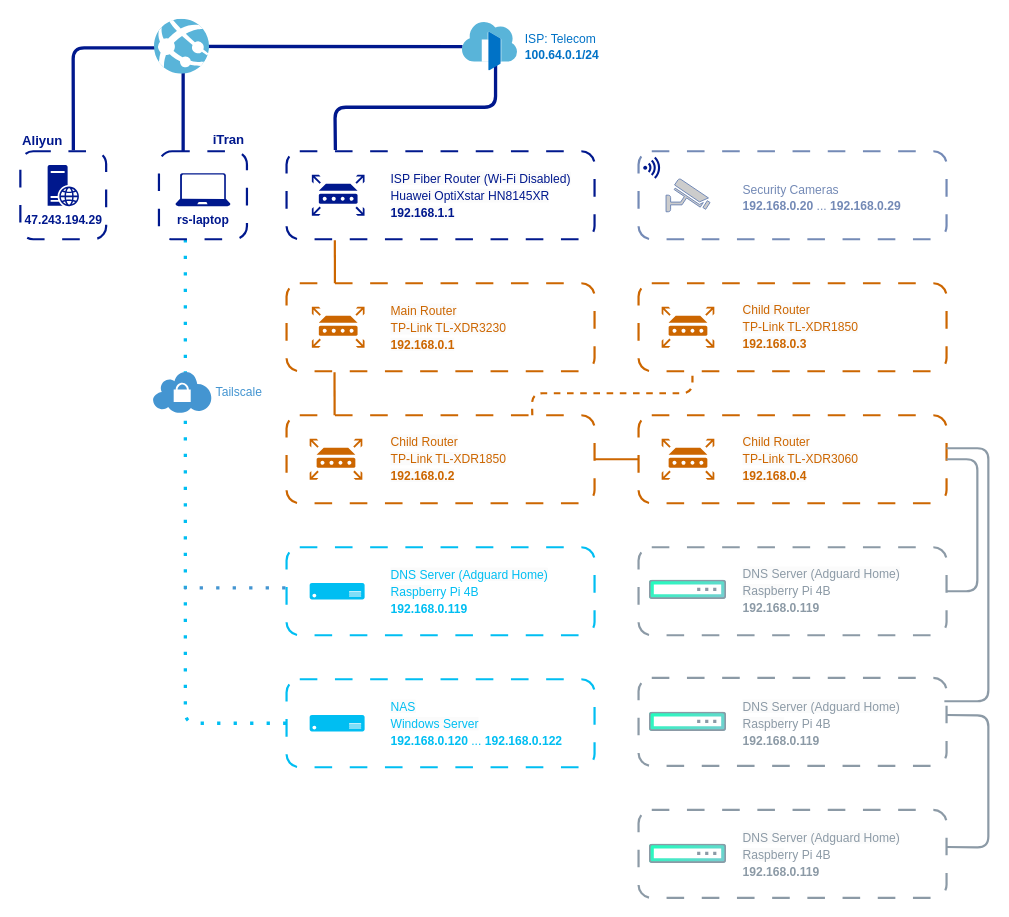
Before: home.drawio in lzcapp/Network-Diagram, a draw.io diagram. Source tidied: cells renumbered, new cells numbered last; positions are measured from the earlier drawing's top-left corner, leaving out a move shared by most shapes. Both pictures are drawn from the tidied source at 110%, with x=0, y=0 at pixel (20, 19).
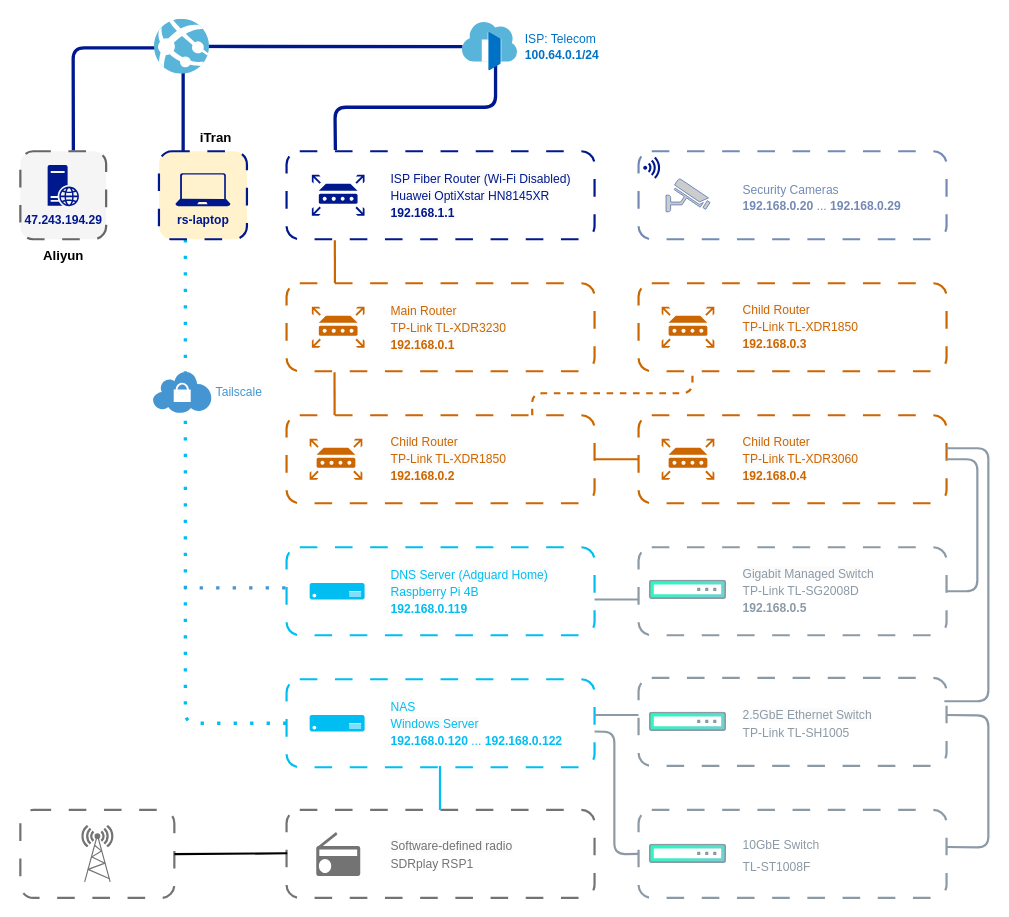
The same diagram, later.

The change refers to these unchanged cells:
```xml
<mxCell id="53" style="rounded=1;whiteSpace=wrap;html=1;fontSize=16;fillColor=none;strokeWidth=2;dashed=1;perimeterSpacing=0;strokeColor=#8c9aa6;dashPattern=8 8;" parent="1" vertex="1">
  <mxGeometry x="562" y="718.8" width="280" height="80" as="geometry" />
</mxCell>
```

Diff of the diagram source:
```diff
@@
-<mxGraphModel background="#ffffff">
+<mxGraphModel background="#FFFFFF">
@@
+    <mxCell id="61" style="rounded=1;whiteSpace=wrap;html=1;fontSize=16;fillColor=none;strokeWidth=2;dashed=1;perimeterSpacing=0;strokeColor=#737373;dashPattern=8 8;" parent="1" vertex="1">
+      <mxGeometry y="718.8" width="140" height="80" as="geometry" />
+    </mxCell>
+    <mxCell id="62" style="rounded=1;whiteSpace=wrap;html=1;fontSize=16;fillColor=none;strokeWidth=2;dashed=1;perimeterSpacing=0;strokeColor=#737373;dashPattern=8 8;" parent="1" vertex="1">
+      <mxGeometry x="242" y="718.8" width="280" height="80" as="geometry" />
+    </mxCell>
-    <mxCell id="2" style="rounded=1;whiteSpace=wrap;html=1;dashed=1;strokeWidth=2;fillColor=none;strokeColor=#00188d;fontColor=#00188d;dashPattern=8 8;" parent="1" vertex="1">
+    <mxCell id="2" style="rounded=1;whiteSpace=wrap;html=1;dashed=1;strokeWidth=2;fillColor=#f5f5f5;strokeColor=#666666;fontColor=#333333;dashPattern=8 8;" parent="1" vertex="1">
       <mxGeometry y="120" width="78" height="80" as="geometry" />
     </mxCell>
@@
-    <mxCell id="13" style="rounded=1;whiteSpace=wrap;html=1;dashed=1;strokeWidth=2;fillColor=none;strokeColor=#00188d;fontColor=#00188d;dashPattern=8 8;" parent="1" vertex="1">
+    <mxCell id="13" style="rounded=1;whiteSpace=wrap;html=1;dashed=1;strokeWidth=2;fillColor=#fff2cc;strokeColor=#00188d;dashPattern=8 8;" parent="1" vertex="1">
       <mxGeometry x="126" y="120" width="80" height="80" as="geometry" />
     </mxCell>
@@
-    <mxCell id="15" value="&lt;font style=&quot;font-size: 12px;&quot;&gt;iTran&lt;/font&gt;" style="rounded=1;whiteSpace=wrap;html=1;fontSize=12;strokeColor=none;fillColor=none;fontColor=#00188d;align=right;fontStyle=1;" parent="1" vertex="1">
-      <mxGeometry x="166" y="100" width="40" height="20" as="geometry" />
+    <mxCell id="15" value="iTran" style="rounded=1;whiteSpace=wrap;html=1;strokeColor=none;fillColor=none;align=center;fontStyle=1;" parent="1" vertex="1">
+      <mxGeometry x="150" y="96" width="56" height="24" as="geometry" />
     </mxCell>
@@
-    <mxCell id="54" value="&lt;p style=&quot;line-height: 90%;&quot;&gt;&lt;span style=&quot;orphans: 2; text-align: left; text-indent: 0px; widows: 2; background-color: rgb(251, 251, 251); text-decoration-thickness: initial; text-decoration-style: initial; text-decoration-color: initial; float: none; display: inline !important; -webkit-text-stroke-width: 0px; word-spacing: 0px; text-transform: none; letter-spacing: normal; font-variant-caps: normal; font-variant-ligatures: normal; font-style: normal; font-size: 11px; font-family: Helvetica;&quot;&gt;DNS Server (Adguard Home)&lt;br&gt;&lt;span style=&quot;font-family: Helvetica; font-size: 11px; font-style: normal; font-variant-ligatures: normal; font-variant-caps: normal; letter-spacing: normal; text-transform: none; word-spacing: 0px; -webkit-text-stroke-width: 0px;&quot;&gt;Raspbe&lt;/span&gt;&lt;/span&gt;&lt;span style=&quot;font-size: 11px;&quot;&gt;rry Pi 4B&lt;br&gt;&lt;/span&gt;&lt;b style=&quot;background-color: initial; font-size: 11px;&quot;&gt;192.168.0.119&lt;/b&gt;&lt;/p&gt;" style="text;whiteSpace=wrap;html=1;fontSize=16;fontColor=#8c9aa6;verticalAlign=middle;fillColor=none;" parent="1" vertex="1">
+    <mxCell id="54" value="&lt;p style=&quot;line-height: 90%;&quot;&gt;&lt;span style=&quot;orphans: 2; text-align: left; text-indent: 0px; widows: 2; background-color: rgb(251, 251, 251); text-decoration-thickness: initial; text-decoration-style: initial; text-decoration-color: initial; float: none; display: inline !important; -webkit-text-stroke-width: 0px; word-spacing: 0px; text-transform: none; letter-spacing: normal; font-variant-caps: normal; font-variant-ligatures: normal; font-style: normal; font-size: 11px; font-family: Helvetica;&quot;&gt;Gigabit Managed Switch&lt;br&gt;&lt;/span&gt;&lt;font style=&quot;font-size: 11px;&quot;&gt;TP-Link TL-SG2008D&lt;br&gt;&lt;b&gt;192.168.0.5&lt;/b&gt;&lt;/font&gt;&lt;/p&gt;" style="text;whiteSpace=wrap;html=1;fontSize=16;fontColor=#8c9aa6;verticalAlign=middle;fillColor=none;" parent="1" vertex="1">
       <mxGeometry x="655" y="498.8" width="170" height="40" as="geometry" />
     </mxCell>
-    <mxCell id="55" value="&lt;p style=&quot;line-height: 90%;&quot;&gt;&lt;span style=&quot;orphans: 2; text-align: left; text-indent: 0px; widows: 2; background-color: rgb(251, 251, 251); text-decoration-thickness: initial; text-decoration-style: initial; text-decoration-color: initial; float: none; display: inline !important; -webkit-text-stroke-width: 0px; word-spacing: 0px; text-transform: none; letter-spacing: normal; font-variant-caps: normal; font-variant-ligatures: normal; font-style: normal; font-size: 11px; font-family: Helvetica;&quot;&gt;DNS Server (Adguard Home)&lt;br&gt;&lt;span style=&quot;font-family: Helvetica; font-size: 11px; font-style: normal; font-variant-ligatures: normal; font-variant-caps: normal; letter-spacing: normal; text-transform: none; word-spacing: 0px; -webkit-text-stroke-width: 0px;&quot;&gt;Raspbe&lt;/span&gt;&lt;/span&gt;&lt;span style=&quot;font-size: 11px;&quot;&gt;rry Pi 4B&lt;br&gt;&lt;/span&gt;&lt;b style=&quot;background-color: initial; font-size: 11px;&quot;&gt;192.168.0.119&lt;/b&gt;&lt;/p&gt;" style="text;whiteSpace=wrap;html=1;fontSize=16;fontColor=#8c9aa6;verticalAlign=middle;fillColor=none;" parent="1" vertex="1">
+    <mxCell id="55" value="&lt;p style=&quot;line-height: 90%;&quot;&gt;&lt;span style=&quot;orphans: 2; text-align: left; text-indent: 0px; widows: 2; background-color: rgb(251, 251, 251); text-decoration-thickness: initial; text-decoration-style: initial; text-decoration-color: initial; float: none; display: inline !important; -webkit-text-stroke-width: 0px; word-spacing: 0px; text-transform: none; letter-spacing: normal; font-variant-caps: normal; font-variant-ligatures: normal; font-style: normal; font-size: 11px; font-family: Helvetica;&quot;&gt;&lt;span style=&quot;font-family: Helvetica; font-size: 11px; font-style: normal; font-variant-ligatures: normal; font-variant-caps: normal; letter-spacing: normal; text-transform: none; word-spacing: 0px; -webkit-text-stroke-width: 0px;&quot;&gt;2.5GbE Ethernet Switch&lt;br&gt;&lt;/span&gt;&lt;/span&gt;&lt;span style=&quot;background-color: initial; font-size: 11px;&quot;&gt;TP-Link TL-SH1005&lt;/span&gt;&lt;/p&gt;" style="text;whiteSpace=wrap;html=1;fontSize=16;fontColor=#8c9aa6;verticalAlign=middle;fillColor=none;" parent="1" vertex="1">
       <mxGeometry x="655" y="620" width="170" height="40" as="geometry" />
     </mxCell>
-    <mxCell id="56" value="&lt;p style=&quot;line-height: 90%;&quot;&gt;&lt;span style=&quot;orphans: 2; text-align: left; text-indent: 0px; widows: 2; background-color: rgb(251, 251, 251); text-decoration-thickness: initial; text-decoration-style: initial; text-decoration-color: initial; float: none; display: inline !important; -webkit-text-stroke-width: 0px; word-spacing: 0px; text-transform: none; letter-spacing: normal; font-variant-caps: normal; font-variant-ligatures: normal; font-style: normal; font-size: 11px; font-family: Helvetica;&quot;&gt;DNS Server (Adguard Home)&lt;br&gt;&lt;span style=&quot;font-family: Helvetica; font-size: 11px; font-style: normal; font-variant-ligatures: normal; font-variant-caps: normal; letter-spacing: normal; text-transform: none; word-spacing: 0px; -webkit-text-stroke-width: 0px;&quot;&gt;Raspbe&lt;/span&gt;&lt;/span&gt;&lt;span style=&quot;font-size: 11px;&quot;&gt;rry Pi 4B&lt;br&gt;&lt;/span&gt;&lt;b style=&quot;background-color: initial; font-size: 11px;&quot;&gt;192.168.0.119&lt;/b&gt;&lt;/p&gt;" style="text;whiteSpace=wrap;html=1;fontSize=16;fontColor=#8c9aa6;verticalAlign=middle;fillColor=none;" parent="1" vertex="1">
+    <mxCell id="56" value="&lt;font style=&quot;font-size: 11px;&quot;&gt;10GbE Switch&lt;br&gt;&lt;/font&gt;&lt;span style=&quot;font-size: 11px; background-color: initial;&quot;&gt;TL-ST1008F&lt;/span&gt;" style="text;whiteSpace=wrap;html=1;fontSize=16;fontColor=#8c9aa6;verticalAlign=middle;fillColor=none;" parent="1" vertex="1">
       <mxGeometry x="655" y="738.8" width="170" height="40" as="geometry" />
     </mxCell>
-    <mxCell id="57" value="Aliyun" style="text;html=1;align=left;verticalAlign=bottom;strokeColor=none;fillColor=none;fontColor=#00188d;fontStyle=1;" parent="1" vertex="1">
-      <mxGeometry y="90" width="60" height="30" as="geometry" />
+    <mxCell id="57" value="Aliyun" style="text;html=1;align=center;verticalAlign=middle;strokeColor=none;fillColor=none;fontStyle=1;" parent="1" vertex="1">
+      <mxGeometry x="9" y="200" width="60" height="30" as="geometry" />
     </mxCell>
@@
+    <mxCell id="63" style="endArrow=none;html=1;rounded=0;fontSize=12;startSize=8;endSize=8;curved=1;entryX=1;entryY=0.5;entryDx=0;entryDy=0;strokeColor=#8c9aa6;exitX=0;exitY=0.5;exitDx=0;exitDy=0;strokeWidth=2;" parent="1" edge="1">
+      <mxGeometry relative="1" as="geometry">
+        <mxPoint x="562" y="527.5" as="sourcePoint" />
+        <mxPoint x="522" y="527.5" as="targetPoint" />
+      </mxGeometry>
+    </mxCell>
+    <mxCell id="64" style="endArrow=none;html=1;rounded=0;fontSize=12;startSize=8;endSize=8;curved=1;entryX=1;entryY=0.5;entryDx=0;entryDy=0;strokeColor=#8c9aa6;exitX=0;exitY=0.5;exitDx=0;exitDy=0;strokeWidth=2;" parent="1" edge="1">
+      <mxGeometry relative="1" as="geometry">
+        <mxPoint x="562" y="632.5" as="sourcePoint" />
+        <mxPoint x="522" y="632.5" as="targetPoint" />
+      </mxGeometry>
+    </mxCell>
+    <mxCell id="65" style="endArrow=none;html=1;rounded=1;endFill=0;strokeColor=#8c9aa6;exitX=1;exitY=0.5;exitDx=0;exitDy=0;strokeWidth=2;entryX=0;entryY=0.5;entryDx=0;entryDy=0;" parent="1" edge="1" target="53">
+      <mxGeometry relative="1" as="geometry">
+        <mxPoint x="522" y="647.5" as="sourcePoint" />
+        <Array as="points">
+          <mxPoint x="540" y="648" />
+          <mxPoint x="540" y="686" />
+          <mxPoint x="540" y="726" />
+          <mxPoint x="540" y="759" />
+        </Array>
+      </mxGeometry>
+    </mxCell>
+    <mxCell id="66" style="html=1;dashed=0;verticalLabelPosition=bottom;verticalAlign=top;align=center;shape=mxgraph.gmdl.radio;strokeColor=none;fillColor=#737373;shadow=0;sketch=0;fontSize=16;" parent="1" vertex="1">
+      <mxGeometry x="269" y="738.8" width="40" height="40" as="geometry" />
+    </mxCell>
+    <mxCell id="67" value="&lt;p style=&quot;line-height: 90%;&quot;&gt;&lt;span style=&quot;orphans: 2; text-align: left; text-indent: 0px; widows: 2; background-color: rgb(251, 251, 251); text-decoration-thickness: initial; text-decoration-style: initial; text-decoration-color: initial; float: none; display: inline !important; -webkit-text-stroke-width: 0px; word-spacing: 0px; text-transform: none; letter-spacing: normal; font-variant-caps: normal; font-variant-ligatures: normal; font-style: normal; font-size: 11px; font-family: Helvetica;&quot;&gt;Software-defined radio&lt;br&gt;&lt;/span&gt;&lt;font style=&quot;font-size: 11px;&quot;&gt;SDRplay RSP1&lt;/font&gt;&lt;/p&gt;" style="text;whiteSpace=wrap;html=1;fontSize=16;fontColor=#737373;verticalAlign=middle;fillColor=none;" parent="1" vertex="1">
+      <mxGeometry x="335" y="738.8" width="170" height="40" as="geometry" />
+    </mxCell>
+    <mxCell id="68" style="fontColor=#0066CC;verticalAlign=top;verticalLabelPosition=bottom;labelPosition=center;align=center;html=1;fillColor=#737373;strokeColor=#737373;gradientColor=none;gradientDirection=north;strokeWidth=2;shape=mxgraph.networks.radio_tower;fontSize=16;" parent="1" vertex="1">
+      <mxGeometry x="56" y="733.2" width="28.1" height="51" as="geometry" />
+    </mxCell>
+    <mxCell id="69" style="endArrow=none;html=1;rounded=1;fontSize=12;startSize=8;endSize=8;strokeColor=default;exitX=-0.005;exitY=0.603;exitDx=0;exitDy=0;strokeWidth=2;exitPerimeter=0;" parent="1" edge="1">
+      <mxGeometry relative="1" as="geometry">
+        <mxPoint x="242.6" y="758.2" as="sourcePoint" />
+        <mxPoint x="140" y="759" as="targetPoint" />
+      </mxGeometry>
+    </mxCell>
+    <mxCell id="70" style="endArrow=none;html=1;rounded=1;fontSize=12;startSize=8;endSize=8;entryX=1;entryY=0.5;entryDx=0;entryDy=0;strokeColor=#00bef2;strokeWidth=2;" parent="1" edge="1">
+      <mxGeometry relative="1" as="geometry">
+        <mxPoint x="381.5" y="718.8" as="sourcePoint" />
+        <mxPoint x="381.5" y="678.8" as="targetPoint" />
+      </mxGeometry>
+    </mxCell>
```
